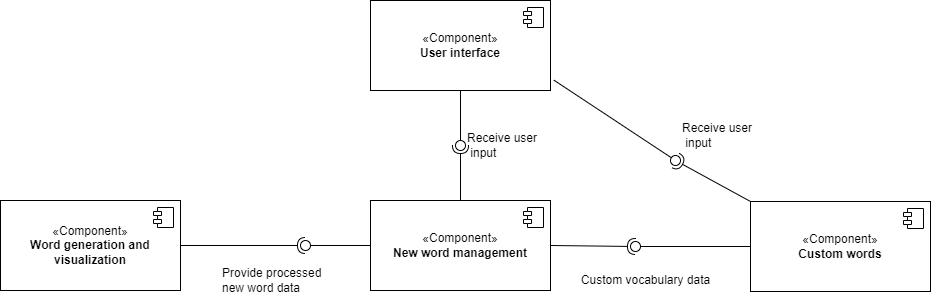
xiangxiang3451/blog_pictures keeps this draw.io diagram as component.drawio.png. Above is the earlier version. Source tidied: cells renumbered, new cells last; positions are measured from the earlier drawing's top-left corner, leaving out a move shared by most shapes.
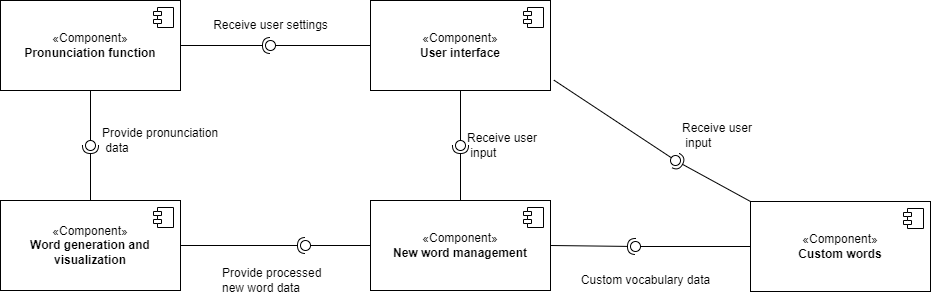
Later version of the same file.

The edit, as a diff of the source:
```diff
@@ -82,5 +82,37 @@
     <mxCell id="25" value="Receive user&lt;br&gt;&amp;nbsp;input" style="text;html=1;align=left;verticalAlign=middle;strokeColor=none;fillColor=none;" parent="1" vertex="1">
       <mxGeometry x="680" y="115" width="90" height="40" as="geometry" />
     </mxCell>
+    <mxCell id="26" value="«Component»&lt;br&gt;&lt;b&gt;Pronunciation function&lt;/b&gt;" style="html=1;whiteSpace=wrap;" parent="1" vertex="1">
+      <mxGeometry width="180" height="90" as="geometry" />
+    </mxCell>
+    <mxCell id="27" style="shape=module;jettyWidth=8;jettyHeight=4;" parent="26" vertex="1">
+      <mxGeometry x="1" width="20" height="20" relative="1" as="geometry">
+        <mxPoint x="-27" y="7" as="offset" />
+      </mxGeometry>
+    </mxCell>
+    <mxCell id="28" style="rounded=0;jettySize=auto;html=1;endArrow=halfCircle;endFill=0;endSize=6;strokeWidth=1;sketch=0;exitX=1;exitY=0.5;exitDx=0;exitDy=0;" parent="1" edge="1" source="26" target="30">
+      <mxGeometry relative="1" as="geometry" />
+    </mxCell>
+    <mxCell id="29" style="rounded=0;jettySize=auto;html=1;endArrow=oval;endFill=0;sketch=0;sourcePerimeterSpacing=0;targetPerimeterSpacing=0;endSize=10;exitX=0;exitY=0.5;exitDx=0;exitDy=0;" parent="1" edge="1" source="2" target="30">
+      <mxGeometry relative="1" as="geometry" />
+    </mxCell>
+    <mxCell id="30" style="ellipse;whiteSpace=wrap;html=1;align=center;fillColor=none;strokeColor=none;perimeter=centerPerimeter;points=[];outlineConnect=1;" parent="1" vertex="1">
+      <mxGeometry x="265" y="40" width="10" height="10" as="geometry" />
+    </mxCell>
+    <mxCell id="31" value="Receive user settings" style="text;html=1;align=center;verticalAlign=middle;strokeColor=none;fillColor=none;" parent="1" vertex="1">
+      <mxGeometry x="200" y="10" width="140" height="30" as="geometry" />
+    </mxCell>
+    <mxCell id="32" style="rounded=0;jettySize=auto;html=1;endArrow=halfCircle;endFill=0;endSize=6;strokeWidth=1;sketch=0;exitX=0.5;exitY=0;exitDx=0;exitDy=0;" parent="1" edge="1" source="12" target="34">
+      <mxGeometry relative="1" as="geometry" />
+    </mxCell>
+    <mxCell id="33" style="rounded=0;jettySize=auto;html=1;endArrow=oval;endFill=0;sketch=0;sourcePerimeterSpacing=0;targetPerimeterSpacing=0;endSize=10;exitX=0.5;exitY=1;exitDx=0;exitDy=0;" parent="1" edge="1" source="26" target="34">
+      <mxGeometry relative="1" as="geometry" />
+    </mxCell>
+    <mxCell id="34" style="ellipse;whiteSpace=wrap;html=1;align=center;fillColor=none;strokeColor=none;perimeter=centerPerimeter;points=[];outlineConnect=1;" parent="1" vertex="1">
+      <mxGeometry x="85" y="140" width="10" height="10" as="geometry" />
+    </mxCell>
+    <mxCell id="35" value="Provide pronunciation&lt;br&gt;&amp;nbsp;data" style="text;html=1;align=left;verticalAlign=middle;strokeColor=none;fillColor=none;" parent="1" vertex="1">
+      <mxGeometry x="100" y="120" width="140" height="40" as="geometry" />
+    </mxCell>
   </root>
 </mxGraphModel>
```
